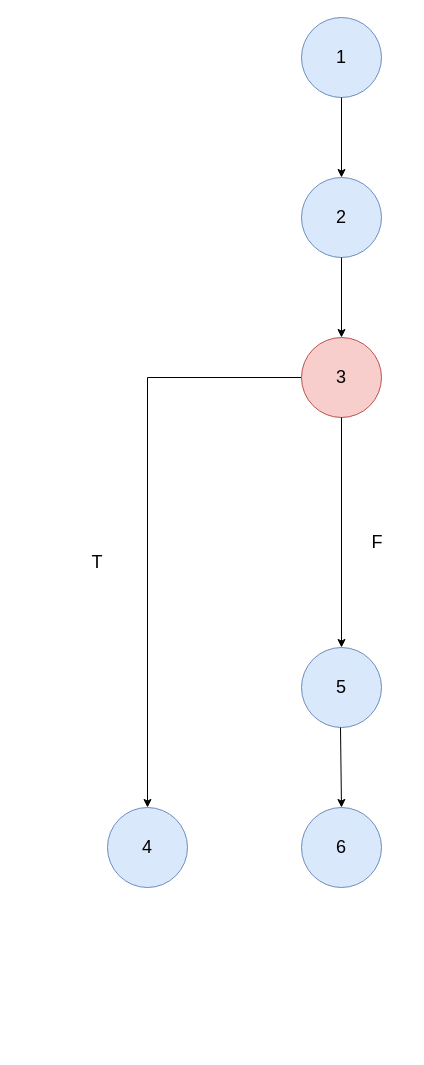
The draw.io diagram ContorDesenv/Grafos/grafo1.drawio in RubenAC1999/Clase, before the edit. Source tidied: cells renumbered, new cells numbered last; positions are measured from the earlier drawing's top-left corner, leaving out a move shared by most shapes. Both pictures are drawn from the tidied source at 100%, with x=0, y=0 at pixel (67, 17).
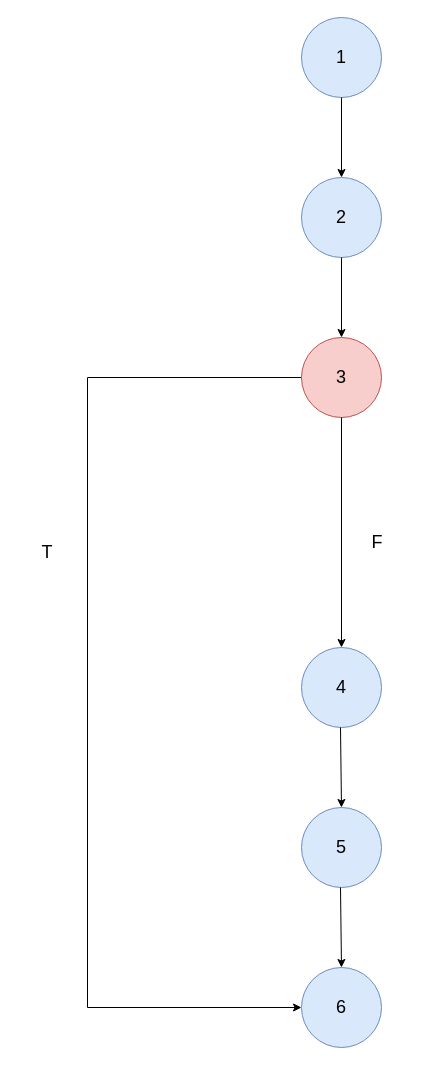
The same diagram, later.

Unchanged cells that the change refers to:
```xml
<mxCell id="6" value="&lt;font style=&quot;font-size: 18px;&quot;&gt;3&lt;/font&gt;" style="ellipse;whiteSpace=wrap;html=1;fillColor=#f8cecc;strokeColor=#b85450;" parent="1" vertex="1">
  <mxGeometry x="234" y="320" width="80" height="80" as="geometry" />
</mxCell>
```

Diff of the diagram source:
```diff
@@
-    <mxCell id="2" style="endArrow=classic;html=1;rounded=0;exitX=0;exitY=0.5;exitDx=0;exitDy=0;entryX=0.5;entryY=0;entryDx=0;entryDy=0;" parent="1" edge="1" source="6" target="7">
+    <mxCell id="2" style="endArrow=classic;html=1;rounded=0;exitX=0;exitY=0.5;exitDx=0;exitDy=0;entryX=0;entryY=0.5;entryDx=0;entryDy=0;" parent="1" edge="1" source="6" target="7">
       <mxGeometry relative="1" as="geometry">
         <Array as="points">
-          <mxPoint x="80" y="360" />
+          <mxPoint x="20" y="360" />
+          <mxPoint x="20" y="990" />
         </Array>
       </mxGeometry>
     </mxCell>
@@
-    <mxCell id="7" value="&lt;font style=&quot;font-size: 18px;&quot;&gt;4&lt;/font&gt;" style="ellipse;whiteSpace=wrap;html=1;fillColor=#dae8fc;strokeColor=#6c8ebf;" parent="1" vertex="1">
-      <mxGeometry x="40" y="790" width="80" height="80" as="geometry" />
+    <mxCell id="7" value="&lt;font style=&quot;font-size: 18px;&quot;&gt;6&lt;/font&gt;" style="ellipse;whiteSpace=wrap;html=1;fillColor=#dae8fc;strokeColor=#6c8ebf;" parent="1" vertex="1">
+      <mxGeometry x="234" y="950" width="80" height="80" as="geometry" />
     </mxCell>
-    <mxCell id="8" value="&lt;font style=&quot;font-size: 18px;&quot;&gt;5&lt;/font&gt;" style="ellipse;whiteSpace=wrap;html=1;fillColor=#dae8fc;strokeColor=#6c8ebf;" parent="1" vertex="1">
+    <mxCell id="8" value="&lt;font style=&quot;font-size: 18px;&quot;&gt;4&lt;/font&gt;" style="ellipse;whiteSpace=wrap;html=1;fillColor=#dae8fc;strokeColor=#6c8ebf;" parent="1" vertex="1">
       <mxGeometry x="234" y="630" width="80" height="80" as="geometry" />
     </mxCell>
-    <mxCell id="9" value="&lt;font style=&quot;font-size: 18px;&quot;&gt;6&lt;/font&gt;" style="ellipse;whiteSpace=wrap;html=1;fillColor=#dae8fc;strokeColor=#6c8ebf;" parent="1" vertex="1">
+    <mxCell id="9" value="&lt;span style=&quot;font-size: 18px;&quot;&gt;5&lt;/span&gt;" style="ellipse;whiteSpace=wrap;html=1;fillColor=#dae8fc;strokeColor=#6c8ebf;" parent="1" vertex="1">
       <mxGeometry x="234" y="790" width="80" height="80" as="geometry" />
     </mxCell>
@@
     <mxCell id="13" value="&lt;font style=&quot;font-size: 18px;&quot;&gt;T&lt;/font&gt;" style="text;html=1;strokeColor=none;fillColor=none;align=center;verticalAlign=middle;whiteSpace=wrap;rounded=0;" parent="1" vertex="1">
-      <mxGeometry y="530" width="60" height="30" as="geometry" />
+      <mxGeometry x="-50" y="520" width="60" height="30" as="geometry" />
     </mxCell>
@@
+    <mxCell id="15" style="endArrow=classic;html=1;rounded=0;exitX=0.5;exitY=1;exitDx=0;exitDy=0;entryX=0.5;entryY=0;entryDx=0;entryDy=0;" parent="1" edge="1">
+      <mxGeometry relative="1" as="geometry">
+        <mxPoint x="273" y="870" as="sourcePoint" />
+        <mxPoint x="274" y="950" as="targetPoint" />
+      </mxGeometry>
+    </mxCell>
```
